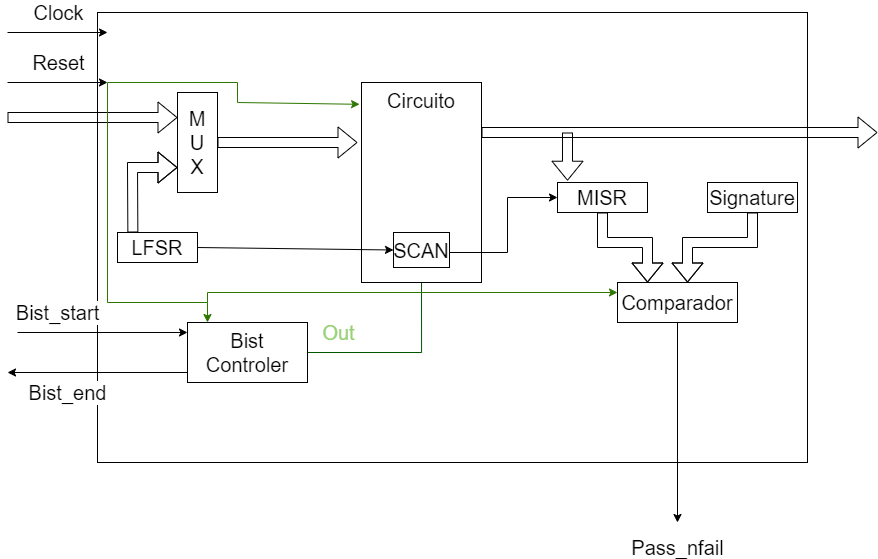
Earlier version of the draw.io export Projeto2/Diagramapng.png (victor-macedo/PTFSE). Source tidied: cells renumbered, new cells last; positions are measured from the earlier drawing's top-left corner, leaving out a move shared by most shapes. Its diagram source:
```xml
<mxGraphModel>
  <root>
    <mxCell id="0" />
    <mxCell id="1" parent="0" />
    <mxCell id="2" style="rounded=0;whiteSpace=wrap;html=1;" parent="1" vertex="1">
      <mxGeometry x="90" width="710" height="450" as="geometry" />
    </mxCell>
    <mxCell id="3" value="&lt;font style=&quot;font-size: 20px;&quot;&gt;Clock&lt;/font&gt;" style="endArrow=classic;html=1;rounded=0;" parent="1" edge="1">
      <mxGeometry y="20" relative="1" as="geometry">
        <mxPoint y="20" as="sourcePoint" />
        <mxPoint x="100" y="20" as="targetPoint" />
      </mxGeometry>
    </mxCell>
    <mxCell id="4" value="&lt;font style=&quot;font-size: 20px;&quot;&gt;Reset&lt;/font&gt;" style="endArrow=classic;html=1;rounded=0;" parent="1" edge="1">
      <mxGeometry y="20" relative="1" as="geometry">
        <mxPoint y="70" as="sourcePoint" />
        <mxPoint x="100" y="70" as="targetPoint" />
      </mxGeometry>
    </mxCell>
    <mxCell id="5" value="&lt;span style=&quot;font-size: 20px;&quot;&gt;Bist_start&lt;/span&gt;" style="endArrow=classic;html=1;rounded=0;" parent="1" edge="1">
      <mxGeometry x="-0.53" y="20" relative="1" as="geometry">
        <mxPoint x="10" y="320" as="sourcePoint" />
        <mxPoint x="180" y="320" as="targetPoint" />
      </mxGeometry>
    </mxCell>
    <mxCell id="6" value="&lt;font style=&quot;font-size: 20px;&quot;&gt;Bist_end&lt;/font&gt;" style="endArrow=classic;html=1;rounded=0;" parent="1" edge="1">
      <mxGeometry x="0.33" y="20" relative="1" as="geometry">
        <mxPoint x="180" y="360" as="sourcePoint" />
        <mxPoint y="360" as="targetPoint" />
      </mxGeometry>
    </mxCell>
    <mxCell id="7" value="&lt;font color=&quot;#97d077&quot; style=&quot;font-size: 20px;&quot;&gt;Out&lt;/font&gt;" style="edgeStyle=orthogonalEdgeStyle;rounded=0;jettySize=auto;html=1;entryX=0.5;entryY=1;entryDx=0;entryDy=0;fillColor=#008a00;strokeColor=#005700;" parent="1" edge="1" source="8" target="15">
      <mxGeometry x="-0.7" y="20" relative="1" as="geometry" />
    </mxCell>
    <mxCell id="8" value="&lt;font style=&quot;font-size: 20px;&quot;&gt;Bist&lt;br&gt;Controler&lt;/font&gt;" style="rounded=0;whiteSpace=wrap;html=1;" parent="1" vertex="1">
      <mxGeometry x="180" y="310" width="120" height="60" as="geometry" />
    </mxCell>
    <mxCell id="9" value="&lt;font style=&quot;font-size: 20px;&quot;&gt;M&lt;br&gt;U&lt;br&gt;X&lt;/font&gt;" style="rounded=0;whiteSpace=wrap;html=1;" parent="1" vertex="1">
      <mxGeometry x="170" y="80" width="40" height="100" as="geometry" />
    </mxCell>
    <mxCell id="10" value="&lt;font style=&quot;font-size: 20px;&quot;&gt;LFSR&lt;/font&gt;" style="rounded=0;whiteSpace=wrap;html=1;" parent="1" vertex="1">
      <mxGeometry x="110" y="220" width="80" height="30" as="geometry" />
    </mxCell>
    <mxCell id="11" style="shape=flexArrow;endArrow=classic;html=1;rounded=0;entryX=0;entryY=0.75;entryDx=0;entryDy=0;exitX=0.192;exitY=0;exitDx=0;exitDy=0;exitPerimeter=0;" parent="1" edge="1" source="10" target="9">
      <mxGeometry relative="1" as="geometry">
        <Array as="points">
          <mxPoint x="125" y="155" />
        </Array>
      </mxGeometry>
    </mxCell>
    <mxCell id="12" style="shape=flexArrow;endArrow=classic;html=1;rounded=0;entryX=0;entryY=0.25;entryDx=0;entryDy=0;" parent="1" edge="1" target="9">
      <mxGeometry relative="1" as="geometry">
        <mxPoint y="105" as="sourcePoint" />
      </mxGeometry>
    </mxCell>
    <mxCell id="13" style="shape=flexArrow;endArrow=classic;html=1;rounded=0;exitX=1;exitY=0.5;exitDx=0;exitDy=0;" parent="1" edge="1" source="9">
      <mxGeometry relative="1" as="geometry">
        <mxPoint x="350" y="130" as="targetPoint" />
      </mxGeometry>
    </mxCell>
    <mxCell id="14" value="Circuito" style="rounded=0;whiteSpace=wrap;html=1;fontSize=20;verticalAlign=top;" parent="1" vertex="1">
      <mxGeometry x="354" y="70" width="120" height="200" as="geometry" />
    </mxCell>
    <mxCell id="15" value="&lt;font style=&quot;font-size: 20px;&quot;&gt;SCAN&lt;/font&gt;" style="rounded=0;whiteSpace=wrap;html=1;" parent="1" vertex="1">
      <mxGeometry x="386" y="220" width="56" height="35" as="geometry" />
    </mxCell>
    <mxCell id="16" style="endArrow=classic;html=1;rounded=0;entryX=0;entryY=0.5;entryDx=0;entryDy=0;exitX=1;exitY=0.5;exitDx=0;exitDy=0;" parent="1" edge="1" source="10" target="15">
      <mxGeometry relative="1" as="geometry" />
    </mxCell>
    <mxCell id="17" style="shape=flexArrow;endArrow=classic;html=1;rounded=0;exitX=1;exitY=0.25;exitDx=0;exitDy=0;" parent="1" edge="1" source="14">
      <mxGeometry relative="1" as="geometry">
        <mxPoint x="870" y="120" as="targetPoint" />
      </mxGeometry>
    </mxCell>
    <mxCell id="18" value="&lt;font style=&quot;font-size: 20px;&quot;&gt;MISR&lt;/font&gt;" style="rounded=0;whiteSpace=wrap;html=1;" parent="1" vertex="1">
      <mxGeometry x="550" y="170" width="90" height="30" as="geometry" />
    </mxCell>
    <mxCell id="19" style="endArrow=classic;html=1;rounded=0;entryX=0;entryY=0.5;entryDx=0;entryDy=0;" parent="1" edge="1" target="18">
      <mxGeometry relative="1" as="geometry">
        <mxPoint x="442" y="240" as="sourcePoint" />
        <Array as="points">
          <mxPoint x="500" y="240" />
          <mxPoint x="500" y="185" />
        </Array>
      </mxGeometry>
    </mxCell>
    <mxCell id="20" style="shape=flexArrow;endArrow=classic;html=1;rounded=0;entryX=0.111;entryY=-0.059;entryDx=0;entryDy=0;entryPerimeter=0;" parent="1" edge="1" target="18">
      <mxGeometry relative="1" as="geometry">
        <mxPoint x="560" y="120" as="sourcePoint" />
      </mxGeometry>
    </mxCell>
    <mxCell id="21" value="&lt;font style=&quot;font-size: 20px;&quot;&gt;Signature&lt;/font&gt;" style="rounded=0;whiteSpace=wrap;html=1;" parent="1" vertex="1">
      <mxGeometry x="700" y="170" width="90" height="30" as="geometry" />
    </mxCell>
    <mxCell id="22" style="shape=flexArrow;endArrow=classic;html=1;rounded=0;exitX=0.5;exitY=1;exitDx=0;exitDy=0;" parent="1" edge="1" source="18">
      <mxGeometry relative="1" as="geometry">
        <mxPoint x="640" y="270" as="targetPoint" />
        <Array as="points">
          <mxPoint x="595" y="230" />
          <mxPoint x="640" y="230" />
        </Array>
      </mxGeometry>
    </mxCell>
    <mxCell id="23" style="shape=flexArrow;endArrow=classic;html=1;rounded=0;exitX=0.5;exitY=1;exitDx=0;exitDy=0;" parent="1" edge="1" source="21">
      <mxGeometry relative="1" as="geometry">
        <mxPoint x="680" y="270" as="targetPoint" />
        <Array as="points">
          <mxPoint x="745" y="230" />
          <mxPoint x="680" y="230" />
        </Array>
      </mxGeometry>
    </mxCell>
    <mxCell id="24" value="&lt;font style=&quot;font-size: 20px;&quot;&gt;Comparador&lt;/font&gt;" style="rounded=0;whiteSpace=wrap;html=1;" parent="1" vertex="1">
      <mxGeometry x="610" y="270" width="120" height="40" as="geometry" />
    </mxCell>
    <mxCell id="25" value="&lt;font style=&quot;font-size: 20px;&quot;&gt;Pass_nfail&lt;/font&gt;" style="endArrow=classic;html=1;rounded=0;exitX=0.5;exitY=1;exitDx=0;exitDy=0;verticalAlign=bottom;" parent="1" edge="1" source="24">
      <mxGeometry x="1" y="40" relative="1" as="geometry">
        <mxPoint x="670" y="510" as="targetPoint" />
        <mxPoint x="-40" y="40" as="offset" />
      </mxGeometry>
    </mxCell>
    <mxCell id="26" style="endArrow=classic;html=1;rounded=0;entryX=-0.016;entryY=0.109;entryDx=0;entryDy=0;entryPerimeter=0;fillColor=#60a917;strokeColor=#2D7600;" parent="1" edge="1" target="14">
      <mxGeometry relative="1" as="geometry">
        <mxPoint x="100" y="70" as="sourcePoint" />
        <Array as="points">
          <mxPoint x="230" y="70" />
          <mxPoint x="230" y="90" />
        </Array>
      </mxGeometry>
    </mxCell>
    <mxCell id="27" style="endArrow=classic;html=1;rounded=0;entryX=0.25;entryY=0;entryDx=0;entryDy=0;fillColor=#60a917;strokeColor=#2D7600;" parent="1" edge="1">
      <mxGeometry relative="1" as="geometry">
        <mxPoint x="100" y="70" as="sourcePoint" />
        <mxPoint x="200" y="310" as="targetPoint" />
        <Array as="points">
          <mxPoint x="100" y="290" />
          <mxPoint x="200" y="290" />
        </Array>
      </mxGeometry>
    </mxCell>
    <mxCell id="28" style="endArrow=classic;html=1;rounded=0;fillColor=#60a917;strokeColor=#2D7600;" parent="1" edge="1">
      <mxGeometry relative="1" as="geometry">
        <mxPoint x="200" y="290" as="sourcePoint" />
        <mxPoint x="610" y="280" as="targetPoint" />
        <Array as="points">
          <mxPoint x="200" y="280" />
        </Array>
      </mxGeometry>
    </mxCell>
  </root>
</mxGraphModel>
```
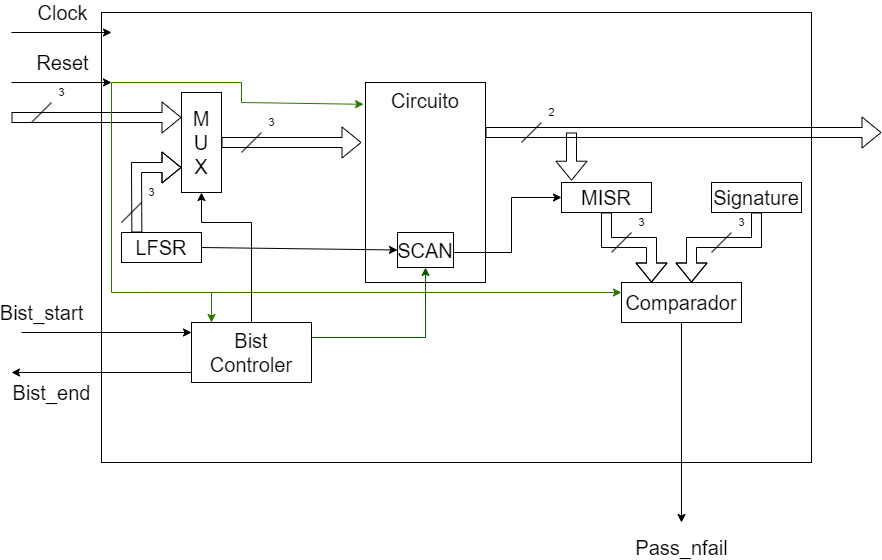
After the change.

What changed in the source:
```diff
@@ -17,27 +17,27 @@
         <mxPoint x="100" y="70" as="targetPoint" />
       </mxGeometry>
     </mxCell>
-    <mxCell id="5" value="&lt;span style=&quot;font-size: 20px;&quot;&gt;Bist_start&lt;/span&gt;" style="endArrow=classic;html=1;rounded=0;" parent="1" edge="1">
-      <mxGeometry x="-0.53" y="20" relative="1" as="geometry">
+    <mxCell id="5" value="&lt;span style=&quot;font-size: 20px;&quot;&gt;Bist_start&lt;/span&gt;" style="endArrow=classic;html=1;rounded=0;labelBackgroundColor=none;" parent="1" edge="1">
+      <mxGeometry x="-0.76" y="20" relative="1" as="geometry">
         <mxPoint x="10" y="320" as="sourcePoint" />
         <mxPoint x="180" y="320" as="targetPoint" />
       </mxGeometry>
     </mxCell>
-    <mxCell id="6" value="&lt;font style=&quot;font-size: 20px;&quot;&gt;Bist_end&lt;/font&gt;" style="endArrow=classic;html=1;rounded=0;" parent="1" edge="1">
-      <mxGeometry x="0.33" y="20" relative="1" as="geometry">
+    <mxCell id="6" value="&lt;font style=&quot;font-size: 20px;&quot;&gt;Bist_end&lt;/font&gt;" style="endArrow=classic;html=1;rounded=0;labelBackgroundColor=none;align=center;" parent="1" edge="1">
+      <mxGeometry x="0.56" y="20" relative="1" as="geometry">
         <mxPoint x="180" y="360" as="sourcePoint" />
         <mxPoint y="360" as="targetPoint" />
       </mxGeometry>
     </mxCell>
-    <mxCell id="7" value="&lt;font color=&quot;#97d077&quot; style=&quot;font-size: 20px;&quot;&gt;Out&lt;/font&gt;" style="edgeStyle=orthogonalEdgeStyle;rounded=0;jettySize=auto;html=1;entryX=0.5;entryY=1;entryDx=0;entryDy=0;fillColor=#008a00;strokeColor=#005700;" parent="1" edge="1" source="8" target="15">
-      <mxGeometry x="-0.7" y="20" relative="1" as="geometry" />
-    </mxCell>
     <mxCell id="8" value="&lt;font style=&quot;font-size: 20px;&quot;&gt;Bist&lt;br&gt;Controler&lt;/font&gt;" style="rounded=0;whiteSpace=wrap;html=1;" parent="1" vertex="1">
       <mxGeometry x="180" y="310" width="120" height="60" as="geometry" />
     </mxCell>
     <mxCell id="9" value="&lt;font style=&quot;font-size: 20px;&quot;&gt;M&lt;br&gt;U&lt;br&gt;X&lt;/font&gt;" style="rounded=0;whiteSpace=wrap;html=1;" parent="1" vertex="1">
       <mxGeometry x="170" y="80" width="40" height="100" as="geometry" />
     </mxCell>
+    <mxCell id="14" value="Circuito" style="rounded=0;whiteSpace=wrap;html=1;fontSize=20;verticalAlign=top;" parent="1" vertex="1">
+      <mxGeometry x="354" y="70" width="120" height="200" as="geometry" />
+    </mxCell>
     <mxCell id="10" value="&lt;font style=&quot;font-size: 20px;&quot;&gt;LFSR&lt;/font&gt;" style="rounded=0;whiteSpace=wrap;html=1;" parent="1" vertex="1">
       <mxGeometry x="110" y="220" width="80" height="30" as="geometry" />
     </mxCell>
@@ -53,14 +53,14 @@
         <mxPoint y="105" as="sourcePoint" />
       </mxGeometry>
     </mxCell>
+    <mxCell id="7" style="edgeStyle=orthogonalEdgeStyle;rounded=0;jettySize=auto;html=1;entryX=0.5;entryY=1;entryDx=0;entryDy=0;fillColor=#008a00;strokeColor=#005700;exitX=1;exitY=0.25;exitDx=0;exitDy=0;" parent="1" edge="1" source="8" target="15">
+      <mxGeometry x="-0.7" y="20" relative="1" as="geometry" />
+    </mxCell>
     <mxCell id="13" style="shape=flexArrow;endArrow=classic;html=1;rounded=0;exitX=1;exitY=0.5;exitDx=0;exitDy=0;" parent="1" edge="1" source="9">
       <mxGeometry relative="1" as="geometry">
         <mxPoint x="350" y="130" as="targetPoint" />
       </mxGeometry>
     </mxCell>
-    <mxCell id="14" value="Circuito" style="rounded=0;whiteSpace=wrap;html=1;fontSize=20;verticalAlign=top;" parent="1" vertex="1">
-      <mxGeometry x="354" y="70" width="120" height="200" as="geometry" />
-    </mxCell>
     <mxCell id="15" value="&lt;font style=&quot;font-size: 20px;&quot;&gt;SCAN&lt;/font&gt;" style="rounded=0;whiteSpace=wrap;html=1;" parent="1" vertex="1">
       <mxGeometry x="386" y="220" width="56" height="35" as="geometry" />
     </mxCell>
@@ -72,18 +72,18 @@
         <mxPoint x="870" y="120" as="targetPoint" />
       </mxGeometry>
     </mxCell>
+    <mxCell id="19" style="endArrow=classic;html=1;rounded=0;entryX=0;entryY=0.5;entryDx=0;entryDy=0;" parent="1" edge="1" target="18">
+      <mxGeometry relative="1" as="geometry">
+        <mxPoint x="442" y="240" as="sourcePoint" />
+        <Array as="points">
+          <mxPoint x="500" y="240" />
+          <mxPoint x="500" y="185" />
+        </Array>
+      </mxGeometry>
+    </mxCell>
     <mxCell id="18" value="&lt;font style=&quot;font-size: 20px;&quot;&gt;MISR&lt;/font&gt;" style="rounded=0;whiteSpace=wrap;html=1;" parent="1" vertex="1">
       <mxGeometry x="550" y="170" width="90" height="30" as="geometry" />
     </mxCell>
-    <mxCell id="19" style="endArrow=classic;html=1;rounded=0;entryX=0;entryY=0.5;entryDx=0;entryDy=0;" parent="1" edge="1" target="18">
-      <mxGeometry relative="1" as="geometry">
-        <mxPoint x="442" y="240" as="sourcePoint" />
-        <Array as="points">
-          <mxPoint x="500" y="240" />
-          <mxPoint x="500" y="185" />
-        </Array>
-      </mxGeometry>
-    </mxCell>
     <mxCell id="20" style="shape=flexArrow;endArrow=classic;html=1;rounded=0;entryX=0.111;entryY=-0.059;entryDx=0;entryDy=0;entryPerimeter=0;" parent="1" edge="1" target="18">
       <mxGeometry relative="1" as="geometry">
         <mxPoint x="560" y="120" as="sourcePoint" />
@@ -133,8 +133,9 @@
         <mxPoint x="100" y="70" as="sourcePoint" />
         <mxPoint x="200" y="310" as="targetPoint" />
         <Array as="points">
-          <mxPoint x="100" y="290" />
-          <mxPoint x="200" y="290" />
+          <mxPoint x="100" y="280" />
+          <mxPoint x="140" y="280" />
+          <mxPoint x="200" y="280" />
         </Array>
       </mxGeometry>
     </mxCell>
@@ -147,5 +148,56 @@
         </Array>
       </mxGeometry>
     </mxCell>
+    <mxCell id="29" value="3" style="endArrow=none;html=1;rounded=0;" parent="1" edge="1">
+      <mxGeometry x="1" y="14" relative="1" as="geometry">
+        <mxPoint x="600" y="240" as="sourcePoint" />
+        <mxPoint x="620" y="220" as="targetPoint" />
+        <mxPoint x="20" as="offset" />
+      </mxGeometry>
+    </mxCell>
+    <mxCell id="30" value="3" style="endArrow=none;html=1;rounded=0;" parent="1" edge="1">
+      <mxGeometry x="1" y="14" relative="1" as="geometry">
+        <mxPoint x="700" y="240" as="sourcePoint" />
+        <mxPoint x="720" y="220" as="targetPoint" />
+        <mxPoint x="20" as="offset" />
+      </mxGeometry>
+    </mxCell>
+    <mxCell id="31" value="2" style="endArrow=none;html=1;rounded=0;" parent="1" edge="1">
+      <mxGeometry x="1" y="14" relative="1" as="geometry">
+        <mxPoint x="510" y="130" as="sourcePoint" />
+        <mxPoint x="530" y="110" as="targetPoint" />
+        <mxPoint x="20" as="offset" />
+      </mxGeometry>
+    </mxCell>
+    <mxCell id="32" value="3" style="endArrow=none;html=1;rounded=0;" parent="1" edge="1">
+      <mxGeometry x="1" y="14" relative="1" as="geometry">
+        <mxPoint x="20" y="110" as="sourcePoint" />
+        <mxPoint x="40" y="90" as="targetPoint" />
+        <mxPoint x="20" as="offset" />
+      </mxGeometry>
+    </mxCell>
+    <mxCell id="33" value="3" style="endArrow=none;html=1;rounded=0;" parent="1" edge="1">
+      <mxGeometry x="1" y="14" relative="1" as="geometry">
+        <mxPoint x="110" y="210" as="sourcePoint" />
+        <mxPoint x="130" y="190" as="targetPoint" />
+        <mxPoint x="20" as="offset" />
+      </mxGeometry>
+    </mxCell>
+    <mxCell id="34" value="3" style="endArrow=none;html=1;rounded=0;" parent="1" edge="1">
+      <mxGeometry x="1" y="14" relative="1" as="geometry">
+        <mxPoint x="230" y="140" as="sourcePoint" />
+        <mxPoint x="250" y="120" as="targetPoint" />
+        <mxPoint x="20" as="offset" />
+      </mxGeometry>
+    </mxCell>
+    <mxCell id="35" style="endArrow=classic;html=1;rounded=0;entryX=0.5;entryY=1;entryDx=0;entryDy=0;" parent="1" edge="1" target="9">
+      <mxGeometry relative="1" as="geometry">
+        <mxPoint x="240" y="310" as="sourcePoint" />
+        <Array as="points">
+          <mxPoint x="240" y="210" />
+          <mxPoint x="190" y="210" />
+        </Array>
+      </mxGeometry>
+    </mxCell>
   </root>
 </mxGraphModel>
```
